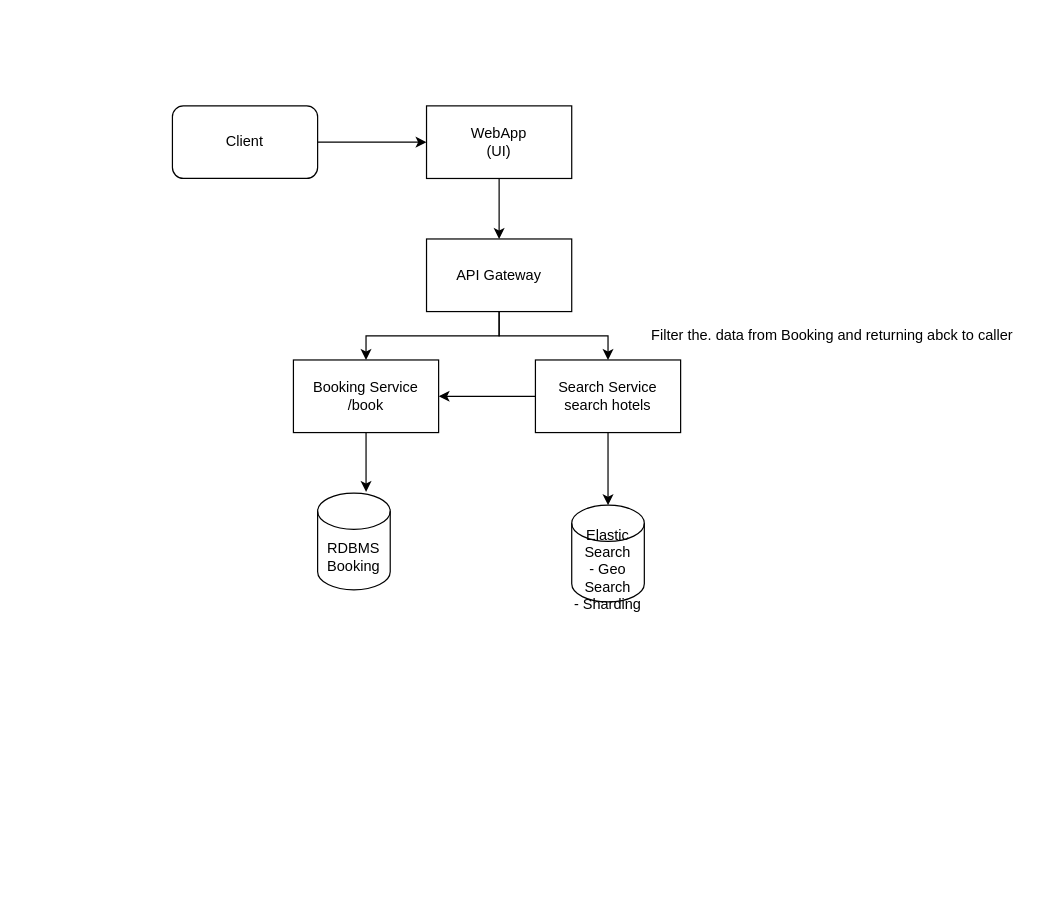
ambi-ly/aerosolve keeps this draw.io diagram as Untitled Diagram.drawio. Above is the earlier version. Source tidied: cells renumbered, new cells numbered last; positions are measured from the earlier drawing's top-left corner, leaving out a move shared by most shapes. Both pictures are drawn from the tidied source at 121%, with x=0, y=0 at pixel (172, 105).
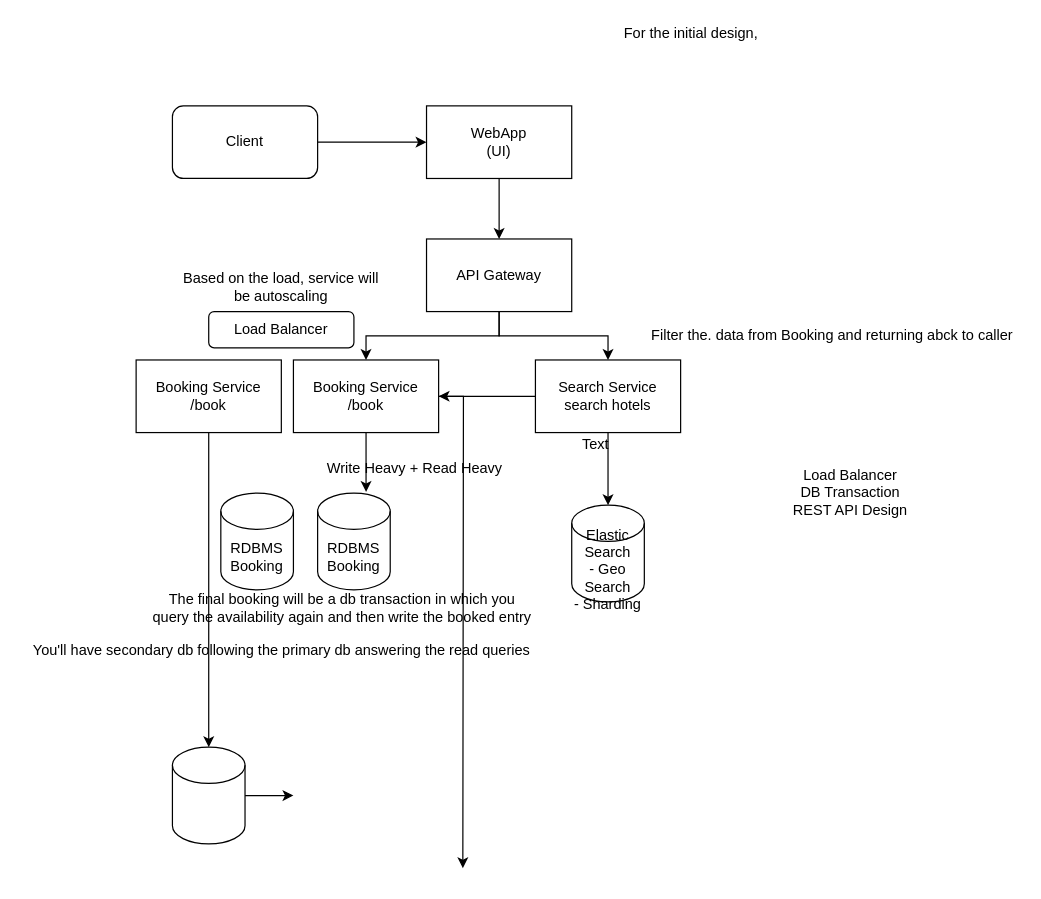
The same diagram, later.

Unchanged cells that the change refers to:
```xml
<mxCell id="10" value="Booking Service&lt;br&gt;/book" style="rounded=0;whiteSpace=wrap;html=1;" parent="1" vertex="1">
  <mxGeometry x="100" y="210" width="120" height="60" as="geometry" />
</mxCell>
```

Diff of the diagram source:
```diff
@@
+    <mxCell id="17" style="edgeStyle=orthogonalEdgeStyle;rounded=0;jettySize=auto;html=1;" parent="1" edge="1" source="10">
+      <mxGeometry relative="1" as="geometry">
+        <mxPoint x="240" y="630" as="targetPoint" />
+      </mxGeometry>
+    </mxCell>
@@
+    <mxCell id="18" value="For the initial design,&amp;nbsp;" style="text;html=1;align=center;verticalAlign=middle;strokeColor=none;" parent="1" vertex="1">
+      <mxGeometry x="365" y="-70" width="130" height="20" as="geometry" />
+    </mxCell>
+    <mxCell id="19" style="edgeStyle=orthogonalEdgeStyle;rounded=0;jettySize=auto;html=1;" parent="1" edge="1" source="20" target="30">
+      <mxGeometry relative="1" as="geometry" />
+    </mxCell>
+    <mxCell id="20" value="Booking Service&lt;br&gt;/book" style="rounded=0;whiteSpace=wrap;html=1;" parent="1" vertex="1">
+      <mxGeometry x="-30" y="210" width="120" height="60" as="geometry" />
+    </mxCell>
+    <mxCell id="21" value="Load Balancer" style="rounded=1;whiteSpace=wrap;html=1;" parent="1" vertex="1">
+      <mxGeometry x="30" y="170" width="120" height="30" as="geometry" />
+    </mxCell>
+    <mxCell id="22" value="Based on the load, service will be autoscaling" style="text;html=1;strokeColor=none;fillColor=none;align=center;verticalAlign=middle;whiteSpace=wrap;rounded=0;" parent="1" vertex="1">
+      <mxGeometry y="140" width="180" height="20" as="geometry" />
+    </mxCell>
+    <mxCell id="23" value="Write Heavy + Read Heavy" style="text;html=1;align=center;verticalAlign=middle;strokeColor=none;" parent="1" vertex="1">
+      <mxGeometry x="120" y="290" width="160" height="20" as="geometry" />
+    </mxCell>
+    <mxCell id="24" value="RDBMS&lt;br&gt;Booking" style="shape=cylinder3;whiteSpace=wrap;html=1;boundedLbl=1;backgroundOutline=1;size=15;" parent="1" vertex="1">
+      <mxGeometry x="40" y="320" width="60" height="80" as="geometry" />
+    </mxCell>
+    <mxCell id="25" value="You'll have secondary db following the primary db answering the read queries" style="text;html=1;align=center;verticalAlign=middle;strokeColor=none;" parent="1" vertex="1">
+      <mxGeometry x="-125" y="440" width="430" height="20" as="geometry" />
+    </mxCell>
+    <mxCell id="26" value="The final booking will be a db transaction in which you &lt;br&gt;query the availability again and then write the booked entry" style="text;html=1;align=center;verticalAlign=middle;strokeColor=none;" parent="1" vertex="1">
+      <mxGeometry x="-25" y="400" width="330" height="30" as="geometry" />
+    </mxCell>
+    <mxCell id="27" value="Load Balancer&lt;br&gt;DB Transaction&lt;br&gt;REST API Design&lt;br&gt;" style="text;html=1;align=center;verticalAlign=middle;strokeColor=none;" parent="1" vertex="1">
+      <mxGeometry x="505" y="295" width="110" height="50" as="geometry" />
+    </mxCell>
+    <mxCell id="28" value="Text" style="text;html=1;strokeColor=none;fillColor=none;align=center;verticalAlign=middle;whiteSpace=wrap;rounded=0;" parent="1" vertex="1">
+      <mxGeometry x="330" y="270" width="40" height="20" as="geometry" />
+    </mxCell>
+    <mxCell id="29" style="edgeStyle=orthogonalEdgeStyle;rounded=0;jettySize=auto;html=1;" parent="1" edge="1" source="30">
+      <mxGeometry relative="1" as="geometry">
+        <mxPoint x="100" y="570" as="targetPoint" />
+      </mxGeometry>
+    </mxCell>
+    <mxCell id="30" style="shape=cylinder3;whiteSpace=wrap;html=1;boundedLbl=1;backgroundOutline=1;size=15;" parent="1" vertex="1">
+      <mxGeometry y="530" width="60" height="80" as="geometry" />
+    </mxCell>
```
